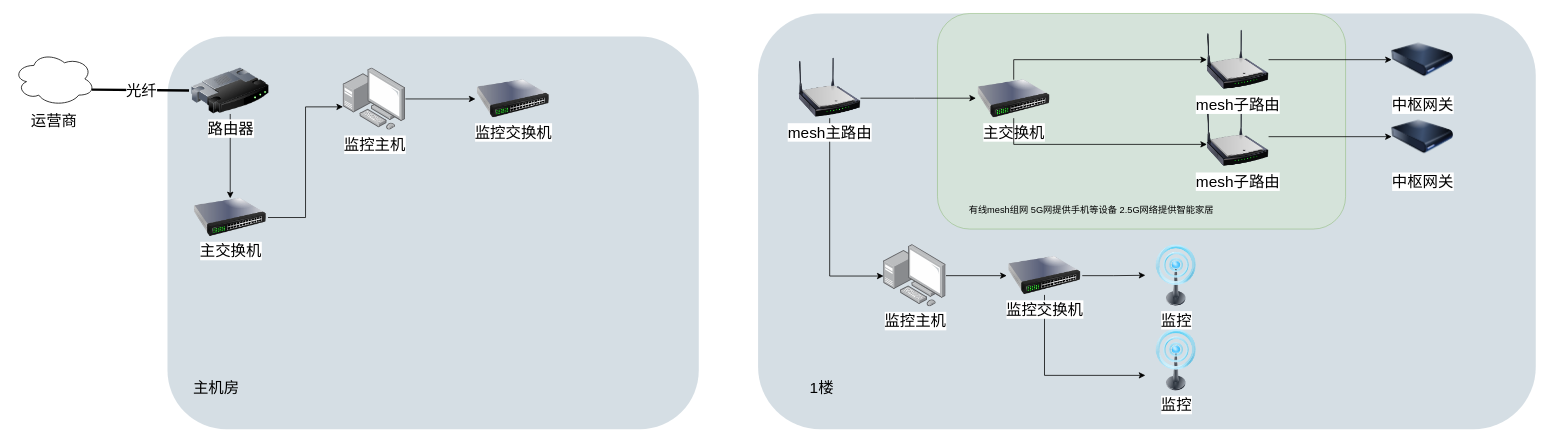
The draw.io diagram 自建房设计/网络拓补图.drawio in Red-Scarf/draw-io-project, before the edit. Source tidied: cells renumbered, new cells numbered last; positions are measured from the earlier drawing's top-left corner, leaving out a move shared by most shapes. Both pictures are drawn from the tidied source at 77%, with x=0, y=0 at pixel (13, 13).
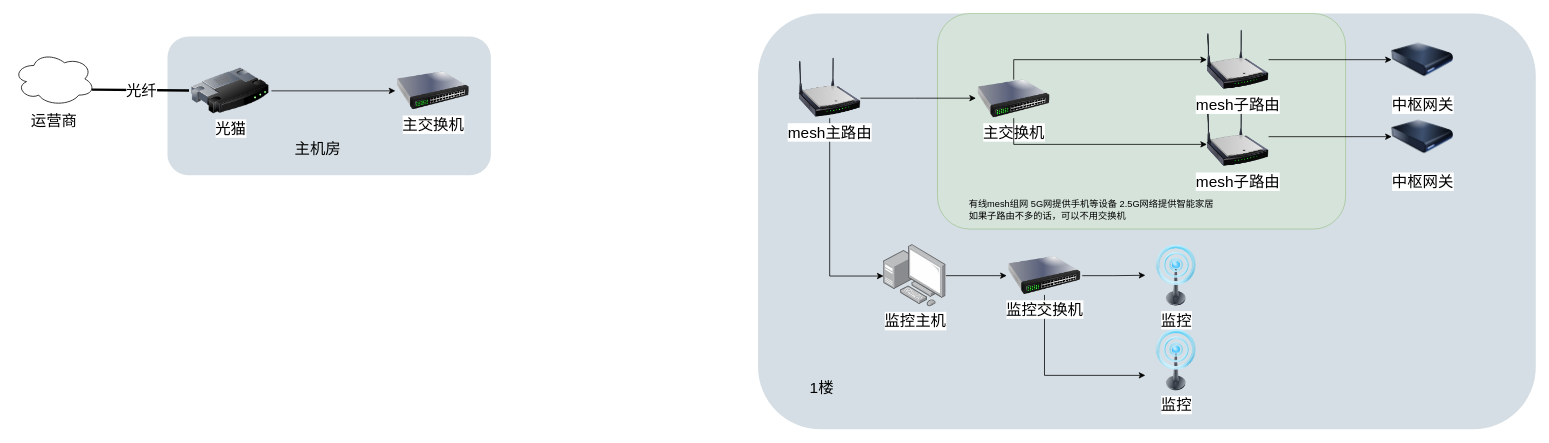
Above is the later version.

Diff of the diagram source:
```diff
@@
     <mxCell id="4" style="rounded=1;whiteSpace=wrap;html=1;strokeColor=none;fillColor=#BAC8D3;fontSize=24;fontColor=#23445D;align=center;opacity=60;" parent="1" vertex="1">
-      <mxGeometry x="200" y="30" width="690" height="510" as="geometry" />
+      <mxGeometry x="200" y="30" width="420" height="180" as="geometry" />
     </mxCell>
@@
-    <mxCell id="8" style="edgeStyle=orthogonalEdgeStyle;rounded=0;jettySize=auto;html=1;entryX=0.5;entryY=0;entryDx=0;entryDy=0;" parent="1" edge="1" source="9" target="12">
+    <mxCell id="8" style="edgeStyle=orthogonalEdgeStyle;rounded=0;jettySize=auto;html=1;" parent="1" edge="1" source="9" target="12">
       <mxGeometry relative="1" as="geometry" />
     </mxCell>
-    <mxCell id="9" value="路由器" style="image;html=1;image=img/lib/clip_art/networking/Router_128x128.png;fontSize=20;" parent="1" vertex="1">
+    <mxCell id="9" value="光猫" style="image;html=1;image=img/lib/clip_art/networking/Router_128x128.png;fontSize=20;" parent="1" vertex="1">
       <mxGeometry x="228" y="70.5" width="107" height="60" as="geometry" />
     </mxCell>
@@
     <mxCell id="11" value="主机房" style="text;strokeColor=none;align=center;fillColor=none;html=1;verticalAlign=middle;whiteSpace=wrap;rounded=0;fontSize=20;" parent="1" vertex="1">
-      <mxGeometry x="228" y="470" width="71" height="30" as="geometry" />
+      <mxGeometry x="360" y="160" width="71" height="30" as="geometry" />
     </mxCell>
     <mxCell id="12" value="主交换机" style="image;html=1;image=img/lib/clip_art/networking/Switch_128x128.png;fontSize=20;" parent="1" vertex="1">
-      <mxGeometry x="232.5" y="240" width="98" height="50" as="geometry" />
+      <mxGeometry x="496" y="75.5" width="98" height="50" as="geometry" />
     </mxCell>
-    <mxCell id="13" style="edgeStyle=orthogonalEdgeStyle;rounded=0;jettySize=auto;html=1;" parent="1" edge="1" source="14" target="15">
-      <mxGeometry relative="1" as="geometry" />
-    </mxCell>
-    <mxCell id="14" value="监控主机" style="image;points=[];html=1;align=center;shadow=0;dashed=0;image=img/lib/allied_telesis/computer_and_terminals/Personal_Computer_with_Server.svg;fontSize=20;" parent="1" vertex="1">
-      <mxGeometry x="428" y="70.5" width="81" height="81" as="geometry" />
-    </mxCell>
-    <mxCell id="15" value="监控交换机" style="image;html=1;image=img/lib/clip_art/networking/Switch_128x128.png;fontSize=20;" parent="1" vertex="1">
-      <mxGeometry x="600" y="86" width="98" height="50" as="geometry" />
-    </mxCell>
-    <mxCell id="16" style="edgeStyle=orthogonalEdgeStyle;rounded=0;jettySize=auto;html=1;entryX=0;entryY=0.627;entryDx=0;entryDy=0;entryPerimeter=0;" parent="1" edge="1" source="12" target="14">
-      <mxGeometry relative="1" as="geometry" />
-    </mxCell>
@@
-    <mxCell id="27" value="有线mesh组网 5G网提供手机等设备 2.5G网络提供智能家居" style="text;strokeColor=none;align=center;fillColor=none;html=1;verticalAlign=middle;whiteSpace=wrap;rounded=0;" parent="1" vertex="1">
+    <mxCell id="27" value="有线mesh组网 5G网提供手机等设备 2.5G网络提供智能家居&lt;br&gt;&lt;div style=&quot;text-align: left;&quot;&gt;&lt;span style=&quot;background-color: initial;&quot;&gt;如果子路由不多的话，可以不用交换机&lt;/span&gt;&lt;/div&gt;" style="text;strokeColor=none;align=center;fillColor=none;html=1;verticalAlign=middle;whiteSpace=wrap;rounded=0;" parent="1" vertex="1">
       <mxGeometry x="1230" y="240" width="340" height="30" as="geometry" />
     </mxCell>
```
